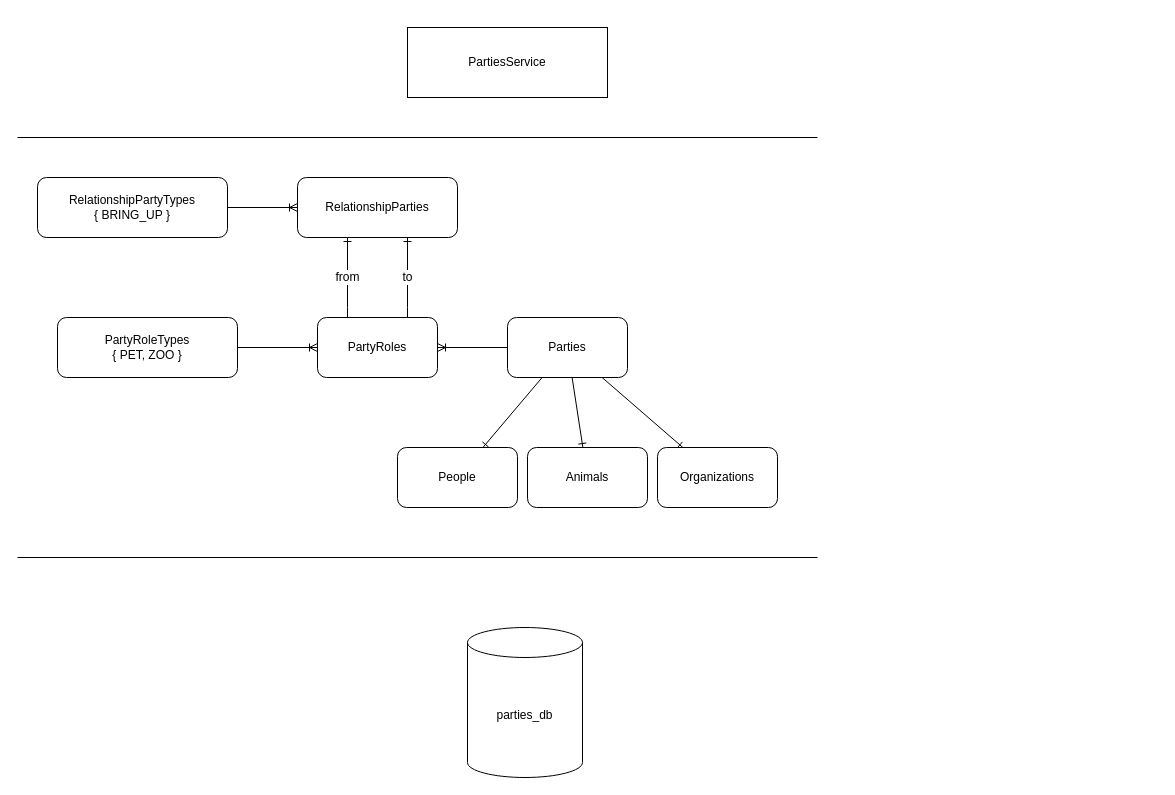
Earlier version of the draw.io diagram docs/moodeng.drawio (chavp/hello-api). Source tidied: cells renumbered, new cells numbered last; positions are measured from the earlier drawing's top-left corner, leaving out a move shared by most shapes. Both pictures are drawn from the tidied source at 100%, with x=0, y=0 at pixel (17, 27).
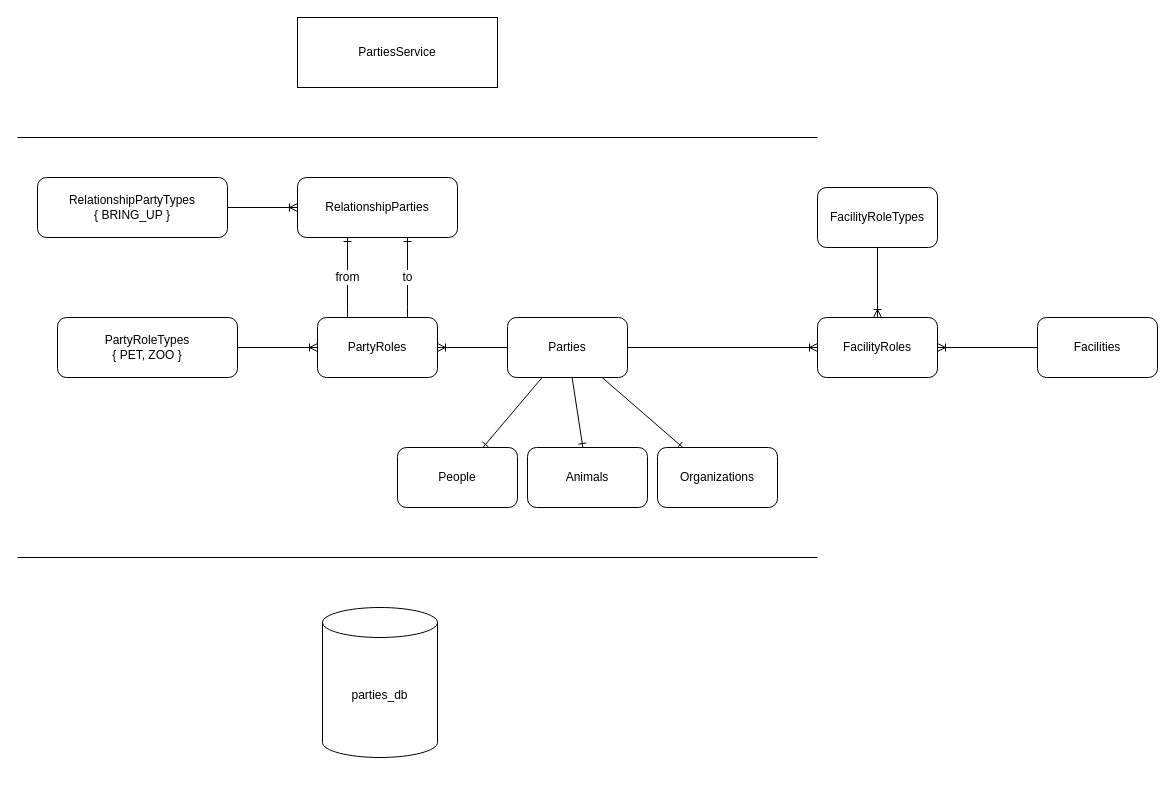
After the change.

The change refers to these unchanged cells:
```xml
<mxCell id="2" value="Parties" style="rounded=1;whiteSpace=wrap;html=1;" parent="1" vertex="1">
  <mxGeometry x="490" y="290" width="120" height="60" as="geometry" />
</mxCell>
```

What changed in the source:
```diff
@@
     <mxCell id="18" value="PartiesService" style="rounded=0;whiteSpace=wrap;html=1;" parent="1" vertex="1">
-      <mxGeometry x="390" width="200" height="70" as="geometry" />
+      <mxGeometry x="280" y="-10" width="200" height="70" as="geometry" />
     </mxCell>
@@
     <mxCell id="21" value="parties_db" style="shape=cylinder3;whiteSpace=wrap;html=1;boundedLbl=1;backgroundOutline=1;size=15;" parent="1" vertex="1">
-      <mxGeometry x="450" y="600" width="115" height="150" as="geometry" />
+      <mxGeometry x="305" y="580" width="115" height="150" as="geometry" />
     </mxCell>
+    <mxCell id="22" value="Facilities" style="rounded=1;whiteSpace=wrap;html=1;" parent="1" vertex="1">
+      <mxGeometry x="1020" y="290" width="120" height="60" as="geometry" />
+    </mxCell>
+    <mxCell id="23" value="FacilityRoleTypes" style="rounded=1;whiteSpace=wrap;html=1;" parent="1" vertex="1">
+      <mxGeometry x="800" y="160" width="120" height="60" as="geometry" />
+    </mxCell>
+    <mxCell id="24" value="FacilityRoles" style="rounded=1;whiteSpace=wrap;html=1;" parent="1" vertex="1">
+      <mxGeometry x="800" y="290" width="120" height="60" as="geometry" />
+    </mxCell>
+    <mxCell id="25" style="fontSize=12;html=1;endArrow=ERoneToMany;rounded=0;" parent="1" edge="1" source="23" target="24">
+      <mxGeometry relative="1" as="geometry" />
+    </mxCell>
+    <mxCell id="26" style="fontSize=12;html=1;endArrow=ERoneToMany;rounded=0;" parent="1" edge="1" source="2" target="24">
+      <mxGeometry relative="1" as="geometry" />
+    </mxCell>
+    <mxCell id="27" style="fontSize=12;html=1;endArrow=ERoneToMany;rounded=0;" parent="1" edge="1" source="22" target="24">
+      <mxGeometry relative="1" as="geometry" />
+    </mxCell>
```
